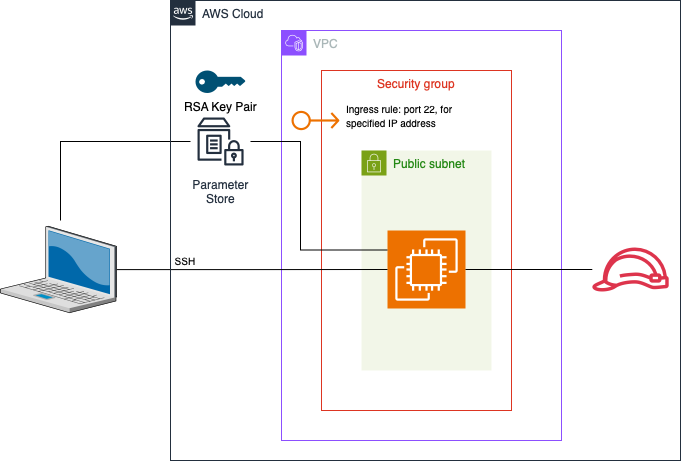
Before: diagram/diagram.png, a diagram exported from draw.io (CMNicol/quick-ec2). Source tidied: cells renumbered, new cells last; positions are measured from the earlier drawing's top-left corner, leaving out a move shared by most shapes.
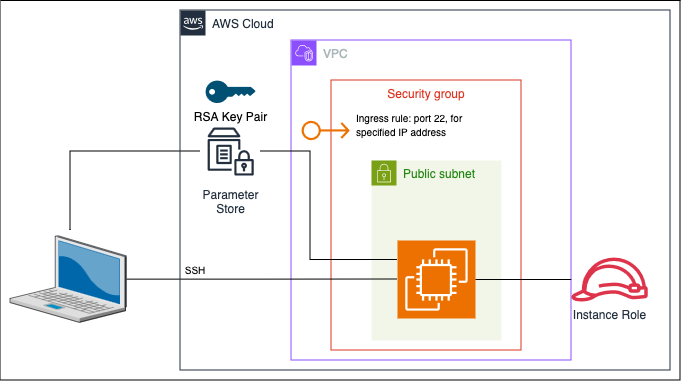
The same diagram one commit later.

Change to the diagram source:
```diff
@@ -3,13 +3,13 @@
     <mxCell id="0" />
     <mxCell id="1" parent="0" />
     <mxCell id="2" value="VPC" style="gradientColor=none;html=1;whiteSpace=wrap;fontSize=12;fontStyle=0;shape=mxgraph.aws4.group;grIcon=mxgraph.aws4.group_vpc2;strokeColor=#8C4FFF;fillColor=none;verticalAlign=top;align=left;spacingLeft=30;fontColor=#AAB7B8;dashed=0;" parent="1" vertex="1">
-      <mxGeometry x="281" y="30" width="280" height="410" as="geometry" />
+      <mxGeometry x="281" y="30" width="280" height="320" as="geometry" />
     </mxCell>
     <mxCell id="3" value="Security group" style="fillColor=none;strokeColor=#DD3522;verticalAlign=top;fontStyle=0;fontColor=#DD3522;whiteSpace=wrap;html=1;" parent="2" vertex="1">
-      <mxGeometry x="40" y="40" width="190" height="340" as="geometry" />
+      <mxGeometry x="40" y="40" width="190" height="270" as="geometry" />
     </mxCell>
     <mxCell id="4" value="Public subnet" style="gradientColor=none;html=1;whiteSpace=wrap;fontSize=12;fontStyle=0;shape=mxgraph.aws4.group;grIcon=mxgraph.aws4.group_security_group;grStroke=0;strokeColor=#7AA116;fillColor=#F2F6E8;verticalAlign=top;align=left;spacingLeft=30;fontColor=#248814;dashed=0;" parent="2" vertex="1">
-      <mxGeometry x="80" y="120" width="130" height="220" as="geometry" />
+      <mxGeometry x="80" y="120" width="130" height="180" as="geometry" />
     </mxCell>
     <mxCell id="5" style="sketch=0;fontColor=#232F3E;gradientColor=none;fillColor=#ED7100;strokeColor=none;dashed=0;verticalLabelPosition=bottom;verticalAlign=top;align=center;html=1;fontSize=12;fontStyle=0;shape=mxgraph.aws4.elastic_ip_address;" parent="2" vertex="1">
       <mxGeometry x="10" y="80" width="48" height="20" as="geometry" />
@@ -26,9 +26,6 @@
     <mxCell id="9" value="RSA Key Pair" style="verticalLabelPosition=bottom;sketch=0;html=1;verticalAlign=top;align=center;shape=mxgraph.cisco19.key;fillColor=#005073;strokeColor=none;" parent="1" vertex="1">
       <mxGeometry x="195" y="70" width="50" height="22.5" as="geometry" />
     </mxCell>
-    <mxCell id="10" style="sketch=0;outlineConnect=0;fontColor=#232F3E;gradientColor=none;fillColor=#DD344C;strokeColor=none;dashed=0;verticalLabelPosition=bottom;verticalAlign=top;align=center;html=1;fontSize=12;fontStyle=0;shape=mxgraph.aws4.role;" parent="1" vertex="1">
-      <mxGeometry x="591" y="247" width="78" height="44" as="geometry" />
-    </mxCell>
     <mxCell id="11" style="edgeStyle=orthogonalEdgeStyle;rounded=0;jettySize=auto;html=1;exitX=1;exitY=0.5;exitDx=0;exitDy=0;exitPerimeter=0;endArrow=none;endFill=0;" parent="1" edge="1" source="7" target="10">
       <mxGeometry relative="1" as="geometry" />
     </mxCell>
@@ -50,7 +47,7 @@
       <mxGeometry x="155" y="245" width="60" height="30" as="geometry" />
     </mxCell>
     <mxCell id="16" value="AWS Cloud" style="gradientColor=none;html=1;whiteSpace=wrap;fontSize=12;fontStyle=0;shape=mxgraph.aws4.group;grIcon=mxgraph.aws4.group_aws_cloud_alt;strokeColor=#232F3E;fillColor=none;verticalAlign=top;align=left;spacingLeft=30;fontColor=#232F3E;dashed=0;" parent="1" vertex="1">
-      <mxGeometry x="170" width="510" height="460" as="geometry" />
+      <mxGeometry x="170" width="490" height="360" as="geometry" />
     </mxCell>
     <mxCell id="17" style="edgeStyle=orthogonalEdgeStyle;rounded=0;jettySize=auto;html=1;exitX=0;exitY=0.25;exitDx=0;exitDy=0;exitPerimeter=0;endArrow=none;endFill=0;" parent="1" edge="1" source="7" target="8">
       <mxGeometry relative="1" as="geometry">
@@ -60,5 +57,11 @@
         </Array>
       </mxGeometry>
     </mxCell>
+    <mxCell id="18" style="swimlane;startSize=0;" parent="1" vertex="1">
+      <mxGeometry x="-10" y="-10" width="680" height="380" as="geometry" />
+    </mxCell>
+    <mxCell id="10" value="Instance Role" style="sketch=0;outlineConnect=0;fontColor=#232F3E;gradientColor=none;fillColor=#DD344C;strokeColor=none;dashed=0;verticalLabelPosition=bottom;verticalAlign=top;align=center;html=1;fontSize=12;fontStyle=0;shape=mxgraph.aws4.role;" parent="18" vertex="1">
+      <mxGeometry x="570" y="257" width="78" height="44" as="geometry" />
+    </mxCell>
   </root>
 </mxGraphModel>
```
